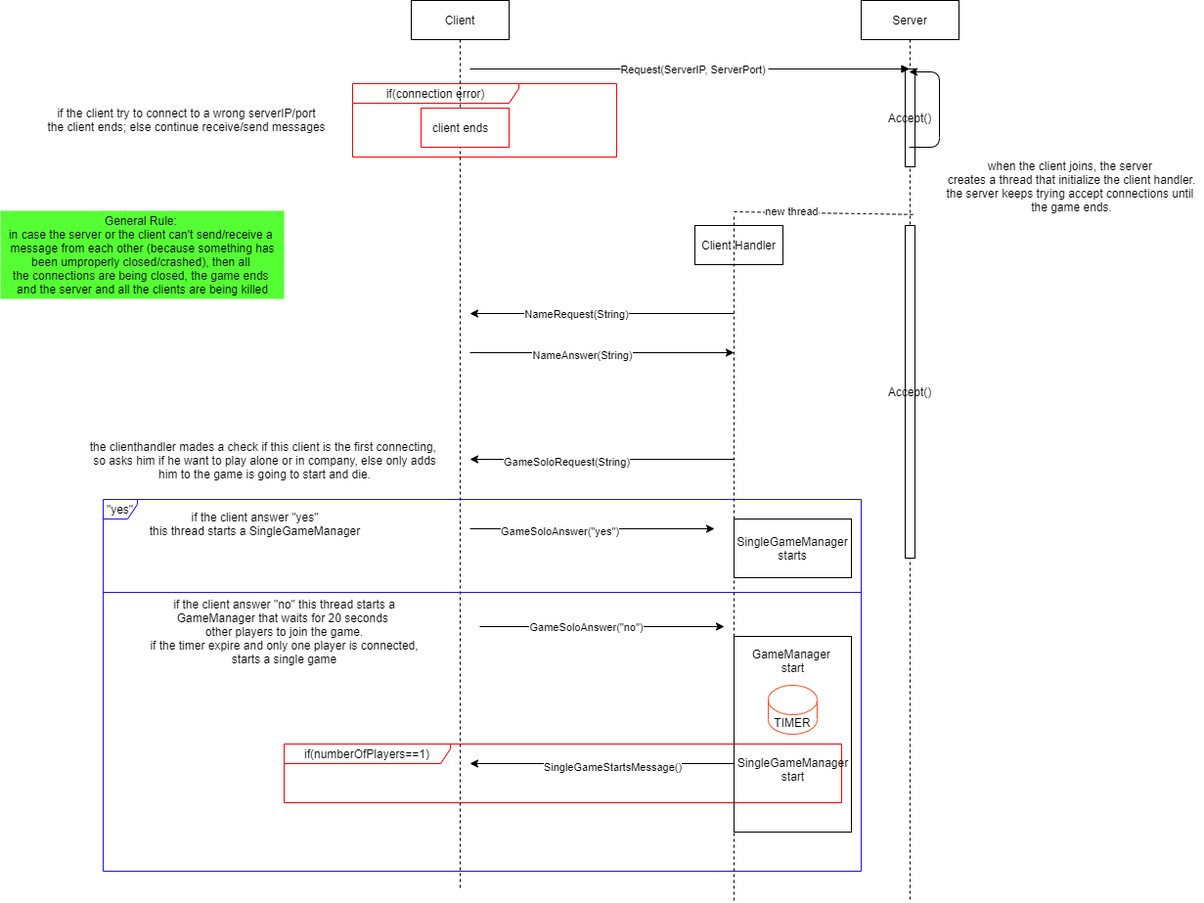
Before: Deliverables/Sequence Diagram_Access to a game.png, a diagram exported from draw.io (Roberto99-ops/ing-sw-2021-Molgora-Magistrali-Liut_Aymar). Source tidied: cells renumbered, new cells last; positions are measured from the earlier drawing's top-left corner, leaving out a move shared by most shapes.
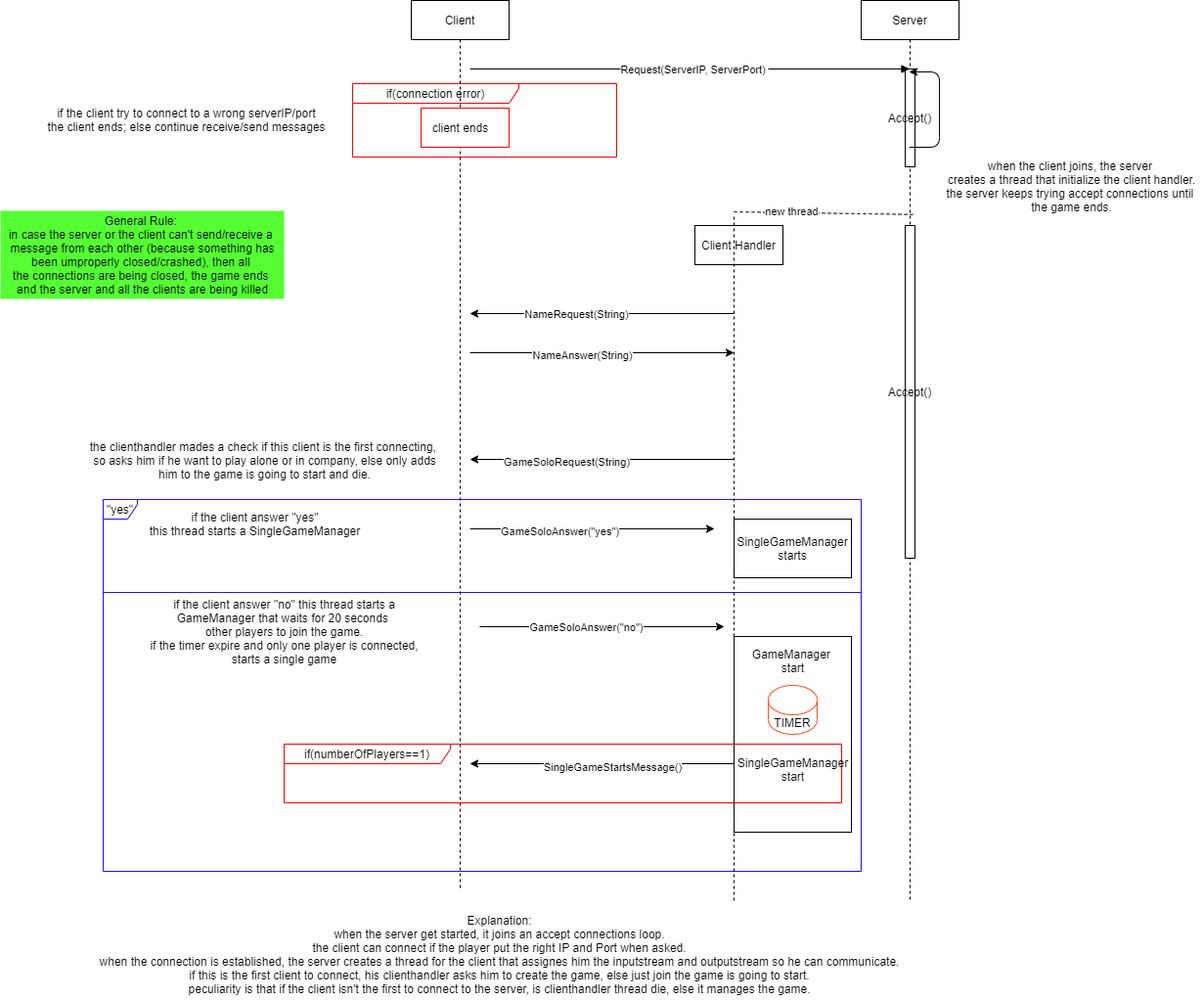
Above is the later version.

Commit message:
sequence diagrams explanations added

What changed in the source:
```diff
@@ -158,5 +158,8 @@
     <mxCell id="40" value="client ends" style="text;html=1;align=center;verticalAlign=middle;strokeColor=none;" parent="1" vertex="1">
       <mxGeometry x="435" y="120" width="70" height="20" as="geometry" />
     </mxCell>
+    <mxCell id="41" value="Explanation:&lt;br&gt;when the server get started, it joins an accept connections loop.&lt;br&gt;the client can connect if the player put the right IP and Port when asked.&lt;br&gt;when the connection is established, the server creates a thread for the client that assignes him the inputstream and outputstream so he can communicate.&lt;br&gt;if this is the first client to connect, his clienthandler asks him to create the game, else just join the game is going to start.&lt;br&gt;peculiarity is that if the client isn't the first to connect to the server, is clienthandler thread die, else it manages the game." style="text;html=1;align=center;verticalAlign=middle;strokeColor=none;" parent="1" vertex="1">
+      <mxGeometry x="95" y="930" width="830" height="90" as="geometry" />
+    </mxCell>
   </root>
 </mxGraphModel>
```
